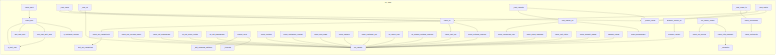
Before: project/calls.png, a diagram exported from Mermaid (semcod/fixop). Its source is kept beside it as project/calls.mmd. Its diagram source:
```mermaid
flowchart LR
    subgraph src_fixop
        src__fixop__classify___truncate["_truncate"]
        src__fixop__systemd__graceful_restart_all["graceful_restart_all"]
        src__fixop__ports__check_port["check_port"]
        src__fixop__ssh__check_ssh_connectivity["check_ssh_connectivity"]
        src__fixop__health__check_http_endpoint["check_http_endpoint"]
        src__fixop__ssh__run_remote["run_remote"]
        src__fixop__deploy__check_unresolved_vars["check_unresolved_vars"]
        src__fixop__systemd__daemon_reload["daemon_reload"]
        src__fixop__dns__check_container_dns["check_container_dns"]
        src__fixop__tls__check_acme_readiness["check_acme_readiness"]
        src__fixop__containers__check_memory["check_memory"]
        src__fixop__ports__check_ports["check_ports"]
        src__fixop__ports__find_free_port_near["find_free_port_near"]
        src__fixop__tls__check_certificate["check_certificate"]
        src__fixop__ports__is_port_free["is_port_free"]
        src__fixop__systemd__graceful_restart["graceful_restart"]
        src__fixop__classify__classify_error["classify_error"]
        src__fixop__check_all["check_all"]
        src__fixop__ports__who_uses_port["who_uses_port"]
        src__fixop__cli___output_issues["_output_issues"]
        src__fixop__dns__check_systemd_resolved["check_systemd_resolved"]
        src__fixop__containers__check_disk_usage["check_disk_usage"]
        src__fixop__cli___cmd_fix["_cmd_fix"]
        src__fixop__deploy__scan_deploy_dir["scan_deploy_dir"]
        src__fixop__tls__check_certificates["check_certificates"]
        src__fixop__health__run_health_checks["run_health_checks"]
        src__fixop__dns__check_host_dns["check_host_dns"]
        src__fixop__containers__check_runtime["check_runtime"]
        src__fixop__cli___cmd_doctor["_cmd_doctor"]
        src__fixop__systemd__check_quadlet_loaded["check_quadlet_loaded"]
        src__fixop__ports__is_container_process["is_container_process"]
        src__fixop__classify___get_compiled_patterns["_get_compiled_patterns"]
        src__fixop__dns__fix_disable_systemd_resolved["fix_disable_systemd_resolved"]
        src__fixop__health__check_ssh_service["check_ssh_service"]
        src__fixop__dns__fix_resolv_conf["fix_resolv_conf"]
        src__fixop__containers__check_containers_running["check_containers_running"]
        src__fixop__firewall__check_nat_masquerade["check_nat_masquerade"]
        src__fixop__ssh__test_ssh_connection["test_ssh_connection"]
        src__fixop__cli___cmd_check["_cmd_check"]
        src__fixop__firewall__fix_nat_masquerade["fix_nat_masquerade"]
        src__fixop__firewall__fix_ufw_allow_routed["fix_ufw_allow_routed"]
        src__fixop__systemd__check_unit_status["check_unit_status"]
        src__fixop__firewall__check_ufw_forward_policy["check_ufw_forward_policy"]
        src__fixop__cli___cmd_check_tls["_cmd_check_tls"]
        src__fixop__deploy__check_placeholders["check_placeholders"]
        src__fixop__cli___cmd_validate["_cmd_validate"]
        src__fixop__health___unhealthy["_unhealthy"]
    end
    src__fixop__ports__find_free_port_near --> src__fixop__ports__is_port_free
    src__fixop__ports__check_port --> src__fixop__ports__is_port_free
    src__fixop__ports__check_port --> src__fixop__ports__who_uses_port
    src__fixop__ports__check_port --> src__fixop__ports__find_free_port_near
    src__fixop__ports__check_port --> src__fixop__ports__is_container_process
    src__fixop__ports__check_ports --> src__fixop__ports__check_port
    src__fixop__check_all --> src__fixop__ssh__check_ssh_connectivity
    src__fixop__check_all --> src__fixop__dns__check_host_dns
    src__fixop__check_all --> src__fixop__dns__check_systemd_resolved
    src__fixop__firewall__check_ufw_forward_policy --> src__fixop__ssh__run_remote
    src__fixop__firewall__check_nat_masquerade --> src__fixop__ssh__run_remote
    src__fixop__firewall__fix_ufw_allow_routed --> src__fixop__ssh__run_remote
    src__fixop__firewall__fix_nat_masquerade --> src__fixop__ssh__run_remote
    src__fixop__classify__classify_error --> src__fixop__classify___get_compiled_patterns
    src__fixop__classify__classify_error --> src__fixop__classify___truncate
    src__fixop__containers__check_runtime --> src__fixop__ssh__run_remote
    src__fixop__containers__check_containers_running --> src__fixop__ssh__run_remote
    src__fixop__containers__check_disk_usage --> src__fixop__ssh__run_remote
    src__fixop__containers__check_memory --> src__fixop__ssh__run_remote
    src__fixop__dns__check_host_dns --> src__fixop__ssh__run_remote
    src__fixop__dns__check_container_dns --> src__fixop__ssh__run_remote
    src__fixop__dns__check_systemd_resolved --> src__fixop__ssh__run_remote
    src__fixop__dns__fix_resolv_conf --> src__fixop__ssh__run_remote
    src__fixop__dns__fix_disable_systemd_resolved --> src__fixop__ssh__run_remote
    src__fixop__deploy__scan_deploy_dir --> src__fixop__deploy__check_unresolved_vars
    src__fixop__deploy__scan_deploy_dir --> src__fixop__deploy__check_placeholders
    src__fixop__tls__check_certificates --> src__fixop__tls__check_certificate
    src__fixop__tls__check_acme_readiness --> src__fixop__ssh__run_remote
    src__fixop__cli___cmd_check --> src__fixop__check_all
    src__fixop__cli___cmd_check --> src__fixop__cli___output_issues
    src__fixop__cli___cmd_fix --> src__fixop__check_all
    src__fixop__cli___cmd_fix --> src__fixop__ssh__run_remote
    src__fixop__cli___cmd_validate --> src__fixop__deploy__scan_deploy_dir
    src__fixop__cli___cmd_validate --> src__fixop__cli___output_issues
    src__fixop__cli___cmd_check_tls --> src__fixop__tls__check_certificates
    src__fixop__cli___cmd_check_tls --> src__fixop__cli___output_issues
    src__fixop__cli___cmd_doctor --> src__fixop__check_all
    src__fixop__cli___cmd_doctor --> src__fixop__cli___output_issues
    src__fixop__systemd__check_unit_status --> src__fixop__ssh__run_remote
    src__fixop__systemd__check_quadlet_loaded --> src__fixop__ssh__run_remote
    src__fixop__systemd__daemon_reload --> src__fixop__ssh__run_remote
    src__fixop__systemd__graceful_restart --> src__fixop__ssh__run_remote
    src__fixop__systemd__graceful_restart_all --> src__fixop__systemd__graceful_restart
    src__fixop__health__check_http_endpoint --> src__fixop__health___unhealthy
    src__fixop__health__run_health_checks --> src__fixop__health__check_ssh_service
    src__fixop__health__run_health_checks --> src__fixop__health__check_http_endpoint
    src__fixop__ssh__check_ssh_connectivity --> src__fixop__ssh__test_ssh_connection
```
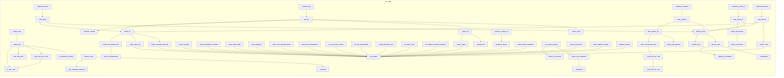
After the commit.

The edit, as a diff of the source:
```diff
@@ -1,52 +1,69 @@
 flowchart LR
     subgraph src_fixop
+        src__fixop__health__check_http_endpoint["check_http_endpoint"]
+        src__fixop__systemd__check_quadlet_loaded["check_quadlet_loaded"]
+        src__fixop__tls__check_certificate["check_certificate"]
+        src__fixop__deploy___scan_file_for_vars["_scan_file_for_vars"]
+        src__fixop__systemd__graceful_restart_all["graceful_restart_all"]
+        src__fixop__firewall__fix_nat_masquerade["fix_nat_masquerade"]
+        src__fixop__dns__check_container_dns["check_container_dns"]
+        src__fixop__deploy___scan_line_for_vars["_scan_line_for_vars"]
+        src__fixop__firewall__fix_ufw_allow_routed["fix_ufw_allow_routed"]
+        src__fixop__cli___dispatch_validate["_dispatch_validate"]
+        src__fixop__cli__fix_cmd___apply_single["_apply_single"]
+        src__fixop__containers__check_memory["check_memory"]
+        src__fixop__deploy__check_placeholders["check_placeholders"]
+        src__fixop__cli__fix_cmd___apply_all["_apply_all"]
+        src__fixop__containers__check_disk_usage["check_disk_usage"]
+        src__fixop__health___unhealthy["_unhealthy"]
+        src__fixop__cli__check_cmd__cmd_doctor["cmd_doctor"]
+        src__fixop__classify__classify_error["classify_error"]
+        src__fixop__tls__check_certificates["check_certificates"]
+        src__fixop__cli__output___format_json["_format_json"]
+        src__fixop__cli__output___summarize["_summarize"]
         src__fixop__classify___truncate["_truncate"]
-        src__fixop__systemd__graceful_restart_all["graceful_restart_all"]
+        src__fixop__cli___dispatch_doctor["_dispatch_doctor"]
+        src__fixop__cli__validate_cmd__cmd_check_tls["cmd_check_tls"]
         src__fixop__ports__check_port["check_port"]
-        src__fixop__ssh__check_ssh_connectivity["check_ssh_connectivity"]
-        src__fixop__health__check_http_endpoint["check_http_endpoint"]
-        src__fixop__ssh__run_remote["run_remote"]
-        src__fixop__deploy__check_unresolved_vars["check_unresolved_vars"]
+        src__fixop__transport__run_remote["run_remote"]
+        src__fixop__cli___dispatch_check_tls["_dispatch_check_tls"]
         src__fixop__systemd__daemon_reload["daemon_reload"]
-        src__fixop__dns__check_container_dns["check_container_dns"]
+        src__fixop__ports__is_container_process["is_container_process"]
         src__fixop__tls__check_acme_readiness["check_acme_readiness"]
-        src__fixop__containers__check_memory["check_memory"]
-        src__fixop__ports__check_ports["check_ports"]
-        src__fixop__ports__find_free_port_near["find_free_port_near"]
-        src__fixop__tls__check_certificate["check_certificate"]
-        src__fixop__ports__is_port_free["is_port_free"]
-        src__fixop__systemd__graceful_restart["graceful_restart"]
-        src__fixop__classify__classify_error["classify_error"]
-        src__fixop__check_all["check_all"]
         src__fixop__ports__who_uses_port["who_uses_port"]
-        src__fixop__cli___output_issues["_output_issues"]
-        src__fixop__dns__check_systemd_resolved["check_systemd_resolved"]
-        src__fixop__containers__check_disk_usage["check_disk_usage"]
-        src__fixop__cli___cmd_fix["_cmd_fix"]
-        src__fixop__deploy__scan_deploy_dir["scan_deploy_dir"]
-        src__fixop__tls__check_certificates["check_certificates"]
-        src__fixop__health__run_health_checks["run_health_checks"]
-        src__fixop__dns__check_host_dns["check_host_dns"]
-        src__fixop__containers__check_runtime["check_runtime"]
-        src__fixop__cli___cmd_doctor["_cmd_doctor"]
-        src__fixop__systemd__check_quadlet_loaded["check_quadlet_loaded"]
-        src__fixop__ports__is_container_process["is_container_process"]
-        src__fixop__classify___get_compiled_patterns["_get_compiled_patterns"]
-        src__fixop__dns__fix_disable_systemd_resolved["fix_disable_systemd_resolved"]
-        src__fixop__health__check_ssh_service["check_ssh_service"]
-        src__fixop__dns__fix_resolv_conf["fix_resolv_conf"]
-        src__fixop__containers__check_containers_running["check_containers_running"]
-        src__fixop__firewall__check_nat_masquerade["check_nat_masquerade"]
-        src__fixop__ssh__test_ssh_connection["test_ssh_connection"]
-        src__fixop__cli___cmd_check["_cmd_check"]
-        src__fixop__firewall__fix_nat_masquerade["fix_nat_masquerade"]
-        src__fixop__firewall__fix_ufw_allow_routed["fix_ufw_allow_routed"]
+        src__fixop__cli__fix_cmd___discover_fixable["_discover_fixable"]
         src__fixop__systemd__check_unit_status["check_unit_status"]
         src__fixop__firewall__check_ufw_forward_policy["check_ufw_forward_policy"]
-        src__fixop__cli___cmd_check_tls["_cmd_check_tls"]
-        src__fixop__deploy__check_placeholders["check_placeholders"]
-        src__fixop__cli___cmd_validate["_cmd_validate"]
-        src__fixop__health___unhealthy["_unhealthy"]
+        src__fixop__classify___get_compiled_patterns["_get_compiled_patterns"]
+        src__fixop__ports__is_port_free["is_port_free"]
+        src__fixop__ports__check_ports["check_ports"]
+        src__fixop__ssh__check_ssh_connectivity["check_ssh_connectivity"]
+        src__fixop__containers__check_runtime["check_runtime"]
+        src__fixop__check_all["check_all"]
+        src__fixop__cli__validate_cmd__cmd_validate["cmd_validate"]
+        src__fixop__ports__find_free_port_near["find_free_port_near"]
+        src__fixop__cli__output__output_issues["output_issues"]
+        src__fixop__cli__check_cmd___apply_fixes["_apply_fixes"]
+        src__fixop__cli___dispatch_check["_dispatch_check"]
+        src__fixop__cli__fix_cmd__cmd_fix["cmd_fix"]
+        src__fixop__dns__fix_resolv_conf["fix_resolv_conf"]
+        src__fixop__cli__output___format_text["_format_text"]
+        src__fixop__dns__check_host_dns["check_host_dns"]
+        src__fixop__firewall__check_nat_masquerade["check_nat_masquerade"]
+        src__fixop__cli___dispatch_fix["_dispatch_fix"]
+        src__fixop__cli__check_cmd__cmd_check["cmd_check"]
+        src__fixop__cli__fix_cmd___confirm_fix["_confirm_fix"]
+        src__fixop__health__check_ssh_service["check_ssh_service"]
+        src__fixop__health__run_health_checks["run_health_checks"]
+        src__fixop__dns__fix_disable_systemd_resolved["fix_disable_systemd_resolved"]
+        src__fixop__dns__check_systemd_resolved["check_systemd_resolved"]
+        src__fixop__systemd__graceful_restart["graceful_restart"]
+        src__fixop__cli__fix_cmd___report_fixes["_report_fixes"]
+        src__fixop__containers__check_containers_running["check_containers_running"]
+        src__fixop__deploy__check_unresolved_vars["check_unresolved_vars"]
+        src__fixop__deploy__scan_deploy_dir["scan_deploy_dir"]
+        src__fixop__transport__test_ssh_connection["test_ssh_connection"]
+        src__fixop__cli__output___group_by_category["_group_by_category"]
     end
     src__fixop__ports__find_free_port_near --> src__fixop__ports__is_port_free
     src__fixop__ports__check_port --> src__fixop__ports__is_port_free
@@ -57,41 +74,59 @@
     src__fixop__check_all --> src__fixop__ssh__check_ssh_connectivity
     src__fixop__check_all --> src__fixop__dns__check_host_dns
     src__fixop__check_all --> src__fixop__dns__check_systemd_resolved
-    src__fixop__firewall__check_ufw_forward_policy --> src__fixop__ssh__run_remote
-    src__fixop__firewall__check_nat_masquerade --> src__fixop__ssh__run_remote
-    src__fixop__firewall__fix_ufw_allow_routed --> src__fixop__ssh__run_remote
-    src__fixop__firewall__fix_nat_masquerade --> src__fixop__ssh__run_remote
     src__fixop__classify__classify_error --> src__fixop__classify___get_compiled_patterns
     src__fixop__classify__classify_error --> src__fixop__classify___truncate
-    src__fixop__containers__check_runtime --> src__fixop__ssh__run_remote
-    src__fixop__containers__check_containers_running --> src__fixop__ssh__run_remote
-    src__fixop__containers__check_disk_usage --> src__fixop__ssh__run_remote
-    src__fixop__containers__check_memory --> src__fixop__ssh__run_remote
-    src__fixop__dns__check_host_dns --> src__fixop__ssh__run_remote
-    src__fixop__dns__check_container_dns --> src__fixop__ssh__run_remote
-    src__fixop__dns__check_systemd_resolved --> src__fixop__ssh__run_remote
-    src__fixop__dns__fix_resolv_conf --> src__fixop__ssh__run_remote
-    src__fixop__dns__fix_disable_systemd_resolved --> src__fixop__ssh__run_remote
+    src__fixop__containers__check_runtime --> src__fixop__transport__run_remote
+    src__fixop__containers__check_containers_running --> src__fixop__transport__run_remote
+    src__fixop__containers__check_disk_usage --> src__fixop__transport__run_remote
+    src__fixop__containers__check_memory --> src__fixop__transport__run_remote
+    src__fixop__firewall__check_ufw_forward_policy --> src__fixop__transport__run_remote
+    src__fixop__firewall__check_nat_masquerade --> src__fixop__transport__run_remote
+    src__fixop__firewall__fix_ufw_allow_routed --> src__fixop__transport__run_remote
+    src__fixop__firewall__fix_nat_masquerade --> src__fixop__transport__run_remote
+    src__fixop__dns__check_host_dns --> src__fixop__transport__run_remote
+    src__fixop__dns__check_container_dns --> src__fixop__transport__run_remote
+    src__fixop__dns__check_systemd_resolved --> src__fixop__transport__run_remote
+    src__fixop__dns__fix_resolv_conf --> src__fixop__transport__run_remote
+    src__fixop__dns__fix_disable_systemd_resolved --> src__fixop__transport__run_remote
+    src__fixop__deploy___scan_file_for_vars --> src__fixop__deploy___scan_line_for_vars
+    src__fixop__deploy__check_unresolved_vars --> src__fixop__deploy___scan_file_for_vars
     src__fixop__deploy__scan_deploy_dir --> src__fixop__deploy__check_unresolved_vars
     src__fixop__deploy__scan_deploy_dir --> src__fixop__deploy__check_placeholders
     src__fixop__tls__check_certificates --> src__fixop__tls__check_certificate
-    src__fixop__tls__check_acme_readiness --> src__fixop__ssh__run_remote
-    src__fixop__cli___cmd_check --> src__fixop__check_all
-    src__fixop__cli___cmd_check --> src__fixop__cli___output_issues
-    src__fixop__cli___cmd_fix --> src__fixop__check_all
-    src__fixop__cli___cmd_fix --> src__fixop__ssh__run_remote
-    src__fixop__cli___cmd_validate --> src__fixop__deploy__scan_deploy_dir
-    src__fixop__cli___cmd_validate --> src__fixop__cli___output_issues
-    src__fixop__cli___cmd_check_tls --> src__fixop__tls__check_certificates
-    src__fixop__cli___cmd_check_tls --> src__fixop__cli___output_issues
-    src__fixop__cli___cmd_doctor --> src__fixop__check_all
-    src__fixop__cli___cmd_doctor --> src__fixop__cli___output_issues
-    src__fixop__systemd__check_unit_status --> src__fixop__ssh__run_remote
-    src__fixop__systemd__check_quadlet_loaded --> src__fixop__ssh__run_remote
-    src__fixop__systemd__daemon_reload --> src__fixop__ssh__run_remote
-    src__fixop__systemd__graceful_restart --> src__fixop__ssh__run_remote
-    src__fixop__systemd__graceful_restart_all --> src__fixop__systemd__graceful_restart
+    src__fixop__tls__check_acme_readiness --> src__fixop__transport__run_remote
     src__fixop__health__check_http_endpoint --> src__fixop__health___unhealthy
     src__fixop__health__run_health_checks --> src__fixop__health__check_ssh_service
     src__fixop__health__run_health_checks --> src__fixop__health__check_http_endpoint
-    src__fixop__ssh__check_ssh_connectivity --> src__fixop__ssh__test_ssh_connection
+    src__fixop__ssh__check_ssh_connectivity --> src__fixop__transport__test_ssh_connection
+    src__fixop__systemd__check_unit_status --> src__fixop__transport__run_remote
+    src__fixop__systemd__check_quadlet_loaded --> src__fixop__transport__run_remote
+    src__fixop__systemd__daemon_reload --> src__fixop__transport__run_remote
+    src__fixop__systemd__graceful_restart --> src__fixop__transport__run_remote
+    src__fixop__systemd__graceful_restart_all --> src__fixop__systemd__graceful_restart
+    src__fixop__cli__output__output_issues --> src__fixop__cli__output___format_json
+    src__fixop__cli__output__output_issues --> src__fixop__cli__output___format_text
+    src__fixop__cli__output___format_text --> src__fixop__cli__output___group_by_category
+    src__fixop__cli__output___format_text --> src__fixop__cli__output___summarize
+    src__fixop__cli___dispatch_check --> src__fixop__cli__check_cmd__cmd_check
+    src__fixop__cli___dispatch_fix --> src__fixop__cli__fix_cmd__cmd_fix
+    src__fixop__cli___dispatch_validate --> src__fixop__cli__validate_cmd__cmd_validate
+    src__fixop__cli___dispatch_check_tls --> src__fixop__cli__validate_cmd__cmd_check_tls
+    src__fixop__cli___dispatch_doctor --> src__fixop__cli__check_cmd__cmd_doctor
+    src__fixop__cli__fix_cmd__cmd_fix --> src__fixop__check_all
+    src__fixop__cli__fix_cmd__cmd_fix --> src__fixop__cli__fix_cmd___discover_fixable
+    src__fixop__cli__fix_cmd__cmd_fix --> src__fixop__cli__fix_cmd___apply_all
+    src__fixop__cli__fix_cmd__cmd_fix --> src__fixop__cli__fix_cmd___report_fixes
+    src__fixop__cli__fix_cmd___apply_single --> src__fixop__transport__run_remote
+    src__fixop__cli__fix_cmd___apply_all --> src__fixop__cli__fix_cmd___apply_single
+    src__fixop__cli__fix_cmd___apply_all --> src__fixop__cli__fix_cmd___confirm_fix
+    src__fixop__cli__validate_cmd__cmd_validate --> src__fixop__deploy__scan_deploy_dir
+    src__fixop__cli__validate_cmd__cmd_validate --> src__fixop__cli__output__output_issues
+    src__fixop__cli__validate_cmd__cmd_check_tls --> src__fixop__tls__check_certificates
+    src__fixop__cli__validate_cmd__cmd_check_tls --> src__fixop__cli__output__output_issues
+    src__fixop__cli__check_cmd__cmd_check --> src__fixop__check_all
+    src__fixop__cli__check_cmd__cmd_check --> src__fixop__cli__output__output_issues
+    src__fixop__cli__check_cmd__cmd_doctor --> src__fixop__check_all
+    src__fixop__cli__check_cmd__cmd_doctor --> src__fixop__cli__output__output_issues
+    src__fixop__cli__check_cmd__cmd_doctor --> src__fixop__cli__check_cmd___apply_fixes
+    src__fixop__cli__check_cmd___apply_fixes --> src__fixop__transport__run_remote
```
